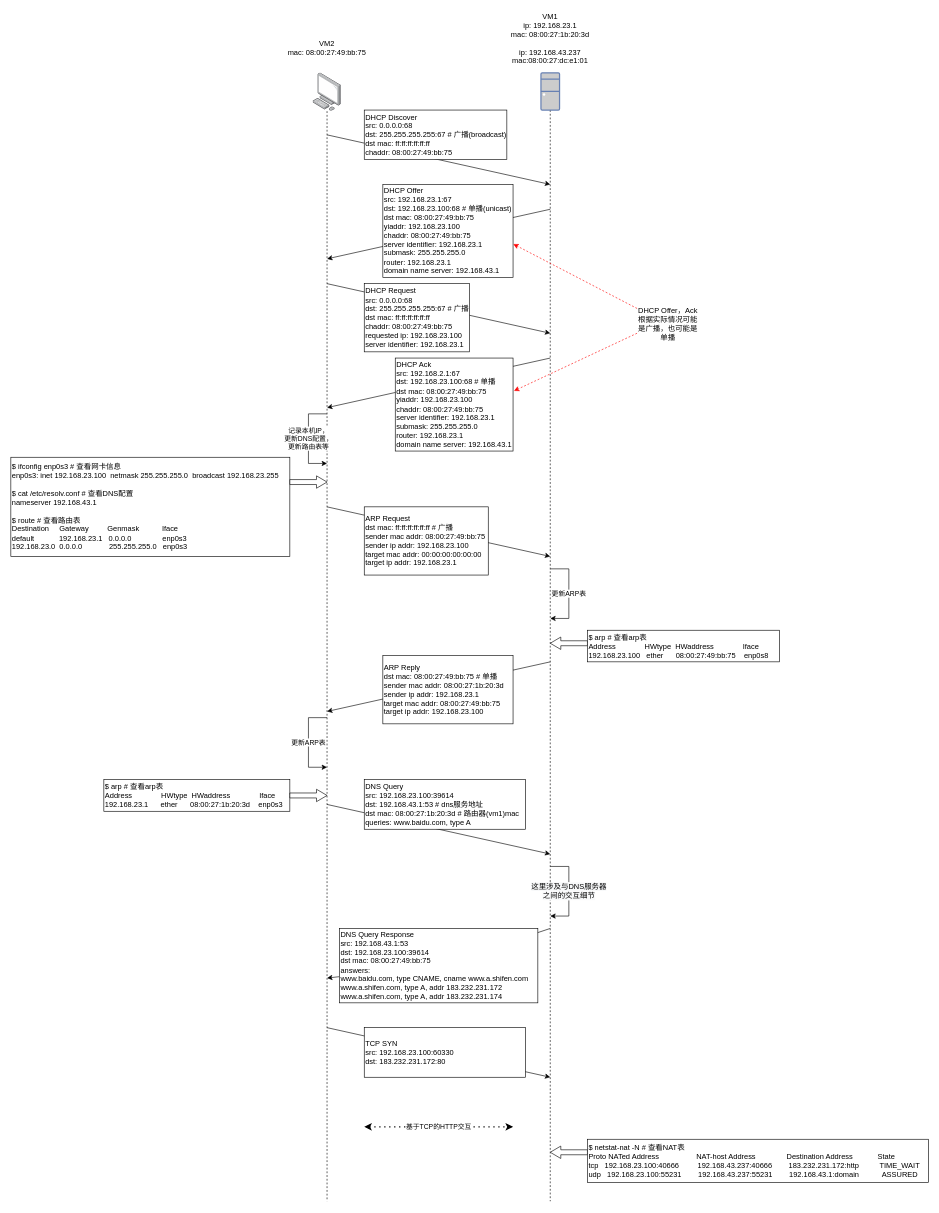
Above: assets/网络连接过程分析/network-flow.drawio in chenpengcong/blog (draw.io), before the change. Source tidied: cells renumbered, new cells numbered last; positions are measured from the earlier drawing's top-left corner, leaving out a move shared by most shapes. Both pictures are drawn from the tidied source at 62%, with x=0, y=0 at pixel (11, 11).
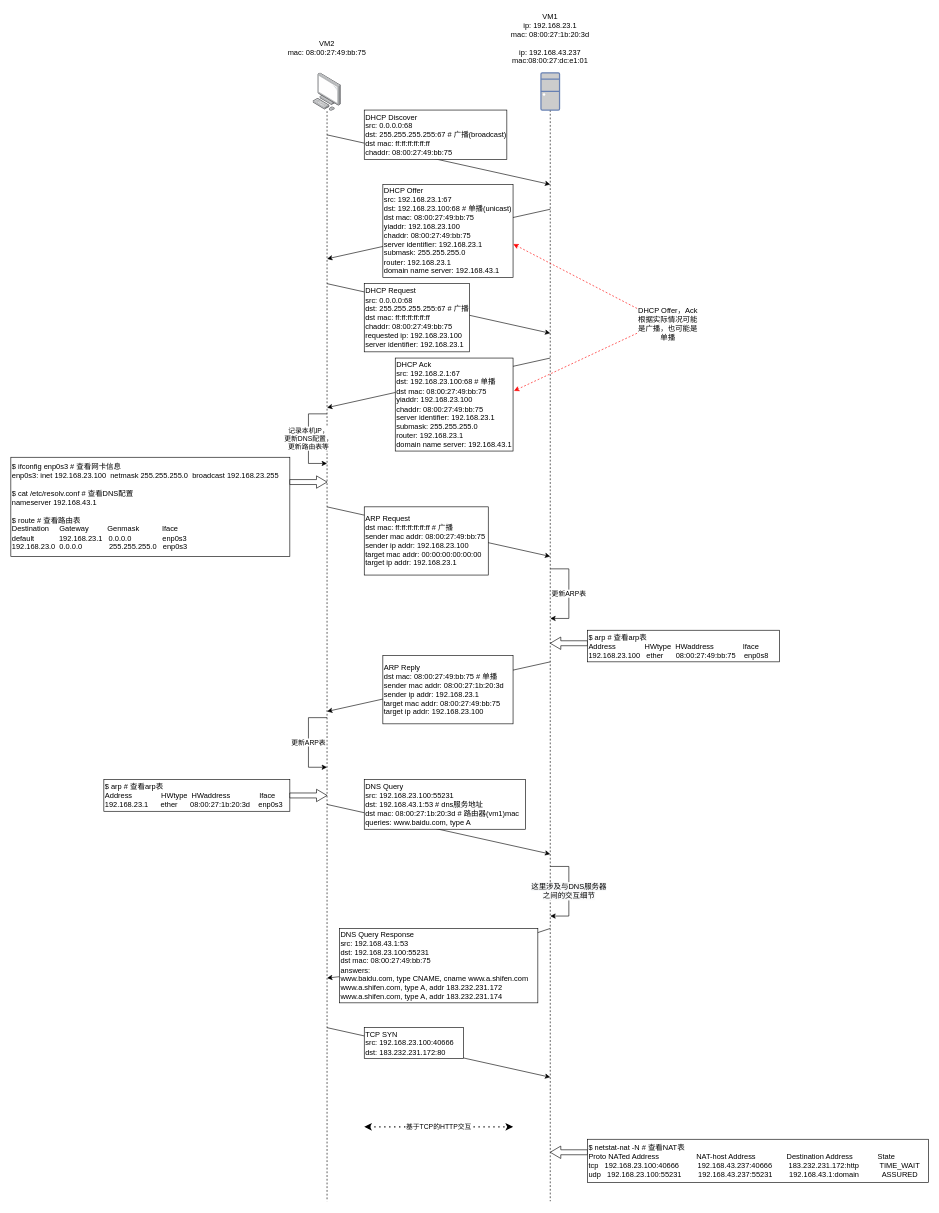
The same diagram, later.

Commit message (it also covers changes not shown here):
更新《网络连接过程分析》

The edit, as a diff of the source:
```diff
@@
-    <mxCell id="33" value="&lt;span style=&quot;text-align: center&quot;&gt;DNS Query&lt;br&gt;src: 192.168.23.100:39614&lt;br&gt;dst: 192.168.43.1:53 # dns服务地址&lt;br&gt;dst mac:&amp;nbsp;&lt;/span&gt;&lt;span style=&quot;text-align: center&quot;&gt;08:00:27:1b:20:3d # 路由器(vm1)mac&lt;br&gt;&lt;/span&gt;&lt;span style=&quot;text-align: center&quot;&gt;queries: www.baidu.com, type A&lt;br&gt;&lt;/span&gt;" style="rounded=0;whiteSpace=wrap;html=1;align=left;" parent="1" vertex="1">
+    <mxCell id="33" value="&lt;span style=&quot;text-align: center&quot;&gt;DNS Query&lt;br&gt;src: 192.168.23.100:55231&lt;br&gt;dst: 192.168.43.1:53 # dns服务地址&lt;br&gt;dst mac:&amp;nbsp;&lt;/span&gt;&lt;span style=&quot;text-align: center&quot;&gt;08:00:27:1b:20:3d # 路由器(vm1)mac&lt;br&gt;&lt;/span&gt;&lt;span style=&quot;text-align: center&quot;&gt;queries: www.baidu.com, type A&lt;br&gt;&lt;/span&gt;" style="rounded=0;whiteSpace=wrap;html=1;align=left;" parent="1" vertex="1">
       <mxGeometry x="570" y="1240" width="260" height="80" as="geometry" />
     </mxCell>
@@
-    <mxCell id="36" value="&lt;span style=&quot;text-align: center&quot;&gt;DNS Query Response&lt;br&gt;src: 192.168.43.1:53&lt;br&gt;dst: 192.168.23.100:39614&lt;br&gt;dst mac:&amp;nbsp;&lt;/span&gt;&lt;span style=&quot;text-align: center&quot;&gt;08:00:27:49:bb:75&lt;/span&gt;&lt;span style=&quot;text-align: center&quot;&gt;&lt;br&gt;&lt;/span&gt;&lt;span style=&quot;text-align: center&quot;&gt;answers: &lt;br&gt;www.baidu.com, type CNAME, cname www.a.shifen.com&lt;br&gt;www.a.shifen.com, type A, addr 183.232.231.172&lt;br&gt;www.a.shifen.com, type A, addr 183.232.231.174&amp;nbsp;&lt;br&gt;&lt;/span&gt;" style="rounded=0;whiteSpace=wrap;html=1;align=left;" parent="1" vertex="1">
+    <mxCell id="36" value="&lt;span style=&quot;text-align: center&quot;&gt;DNS Query Response&lt;br&gt;src: 192.168.43.1:53&lt;br&gt;dst: 192.168.23.100:55231&lt;br&gt;dst mac:&amp;nbsp;&lt;/span&gt;&lt;span style=&quot;text-align: center&quot;&gt;08:00:27:49:bb:75&lt;/span&gt;&lt;span style=&quot;text-align: center&quot;&gt;&lt;br&gt;&lt;/span&gt;&lt;span style=&quot;text-align: center&quot;&gt;answers: &lt;br&gt;www.baidu.com, type CNAME, cname www.a.shifen.com&lt;br&gt;www.a.shifen.com, type A, addr 183.232.231.172&lt;br&gt;www.a.shifen.com, type A, addr 183.232.231.174&amp;nbsp;&lt;br&gt;&lt;/span&gt;" style="rounded=0;whiteSpace=wrap;html=1;align=left;" parent="1" vertex="1">
       <mxGeometry x="529.8" y="1480" width="320.2" height="120" as="geometry" />
     </mxCell>
@@
-    <mxCell id="39" value="&lt;span style=&quot;text-align: center&quot;&gt;TCP SYN&lt;br&gt;src: 192.168.23.100:60330&lt;br&gt;dst: 183.232.231.172:80&lt;/span&gt;&lt;span style=&quot;text-align: center&quot;&gt;&lt;br&gt;&lt;/span&gt;" style="rounded=0;whiteSpace=wrap;html=1;align=left;" parent="1" vertex="1">
-      <mxGeometry x="570" y="1640" width="260" height="80" as="geometry" />
+    <mxCell id="39" value="&lt;span style=&quot;text-align: center&quot;&gt;TCP SYN&lt;br&gt;src: 192.168.23.100:40666&lt;br&gt;dst: 183.232.231.172:80&lt;/span&gt;&lt;span style=&quot;text-align: center&quot;&gt;&lt;br&gt;&lt;/span&gt;" style="rounded=0;whiteSpace=wrap;html=1;align=left;" parent="1" vertex="1">
+      <mxGeometry x="570" y="1640" width="160" height="50" as="geometry" />
     </mxCell>
```
